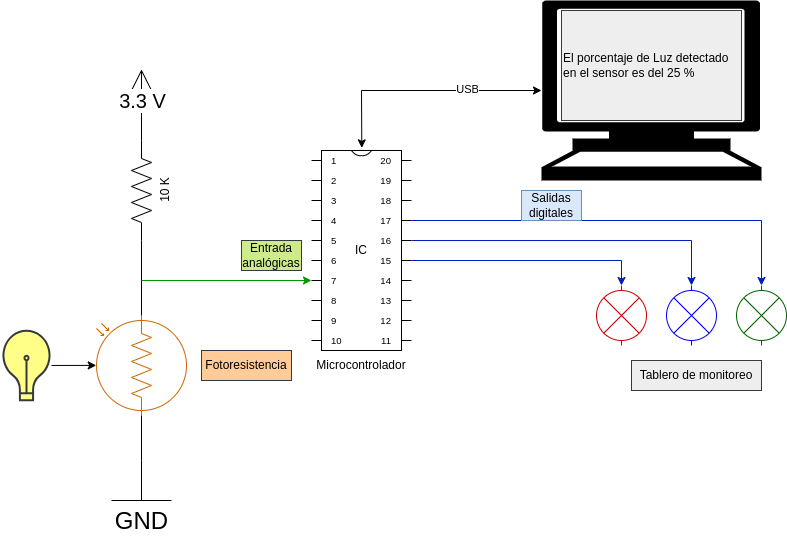
Earlier version of the draw.io export desing/t4-adc/adc-esquema.drawio.png (johnnycubides/taller-ing-electronical-UNAL). Source tidied: cells renumbered, new cells last; positions are measured from the earlier drawing's top-left corner, leaving out a move shared by most shapes.
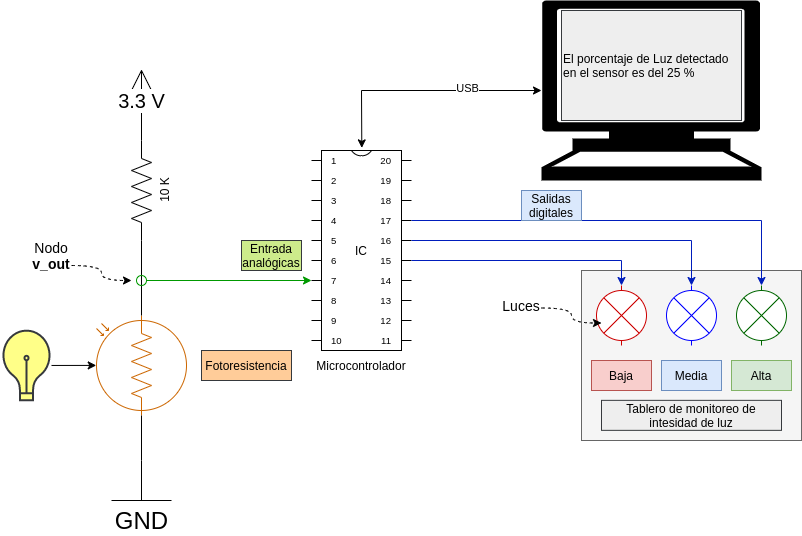
The same file after the commit.

Change to the diagram source:
```diff
@@ -2,6 +2,9 @@
   <root>
     <mxCell id="0" />
     <mxCell id="1" parent="0" />
+    <mxCell id="30" style="rounded=0;whiteSpace=wrap;html=1;fontSize=14;fillColor=#f5f5f5;strokeColor=#666666;fontColor=#333333;" parent="1" vertex="1">
+      <mxGeometry x="580" y="270" width="220" height="170" as="geometry" />
+    </mxCell>
     <mxCell id="2" style="verticalLabelPosition=bottom;shadow=0;dashed=0;align=center;html=1;verticalAlign=top;shape=mxgraph.electrical.opto_electronics.photo_resistor_3;rotation=-90;strokeColor=#CC6600;" parent="1" vertex="1">
       <mxGeometry x="90" y="320" width="100" height="90" as="geometry" />
     </mxCell>
@@ -23,7 +26,7 @@
     <mxCell id="8" style="endArrow=none;html=1;rounded=0;entryX=0;entryY=0.5;entryDx=0;entryDy=0;entryPerimeter=0;exitX=0.5;exitY=1;exitDx=0;exitDy=0;exitPerimeter=0;" parent="1" edge="1" source="6" target="2">
       <mxGeometry relative="1" as="geometry" />
     </mxCell>
-    <mxCell id="9" style="endArrow=classic;html=1;rounded=0;entryX=0;entryY=0;entryDx=0;entryDy=130;entryPerimeter=0;fillColor=#cdeb8b;strokeColor=#009900;" parent="1" edge="1" target="4">
+    <mxCell id="9" style="endArrow=classic;html=1;rounded=0;entryX=0;entryY=0;entryDx=0;entryDy=130;entryPerimeter=0;fillColor=#cdeb8b;strokeColor=#009900;startArrow=oval;startFill=0;targetPerimeterSpacing=6;sourcePerimeterSpacing=6;startSize=10;" parent="1" edge="1" target="4">
       <mxGeometry relative="1" as="geometry">
         <mxPoint x="140" y="280" as="sourcePoint" />
       </mxGeometry>
@@ -86,8 +89,8 @@
     <mxCell id="24" value="Fotoresistencia" style="text;html=1;strokeColor=#36393d;fillColor=#ffcc99;align=center;verticalAlign=middle;whiteSpace=wrap;rounded=0;" parent="1" vertex="1">
       <mxGeometry x="200" y="350" width="90" height="30" as="geometry" />
     </mxCell>
-    <mxCell id="25" value="Tablero de monitoreo" style="text;html=1;strokeColor=#36393d;fillColor=#eeeeee;align=center;verticalAlign=middle;whiteSpace=wrap;rounded=0;" parent="1" vertex="1">
-      <mxGeometry x="630" y="360" width="130" height="30" as="geometry" />
+    <mxCell id="25" value="Tablero de monitoreo de intesidad de luz" style="text;html=1;strokeColor=#36393d;fillColor=#eeeeee;align=center;verticalAlign=middle;whiteSpace=wrap;rounded=0;" parent="1" vertex="1">
+      <mxGeometry x="600" y="399.9" width="180" height="30" as="geometry" />
     </mxCell>
     <mxCell id="26" value="Entrada analógicas" style="text;html=1;strokeColor=#36393d;fillColor=#cdeb8b;align=center;verticalAlign=middle;whiteSpace=wrap;rounded=0;" parent="1" vertex="1">
       <mxGeometry x="240" y="240" width="60" height="30" as="geometry" />
@@ -101,5 +104,40 @@
     <mxCell id="29" value="Microcontrolador" style="text;html=1;strokeColor=none;fillColor=none;align=center;verticalAlign=middle;whiteSpace=wrap;rounded=0;" parent="1" vertex="1">
       <mxGeometry x="310" y="350" width="100" height="30" as="geometry" />
     </mxCell>
+    <mxCell id="31" value="&lt;span style=&quot;font-weight: normal&quot;&gt;Nodo&lt;/span&gt;&lt;br&gt;v_out" style="text;html=1;strokeColor=none;fillColor=none;align=center;verticalAlign=middle;whiteSpace=wrap;rounded=0;fontStyle=1;fontSize=14;" parent="1" vertex="1">
+      <mxGeometry x="20" y="240" width="60" height="30" as="geometry" />
+    </mxCell>
+    <mxCell id="32" style="curved=1;endArrow=classic;html=1;rounded=0;fontSize=14;edgeStyle=orthogonalEdgeStyle;dashed=1;" parent="1" edge="1">
+      <mxGeometry relative="1" as="geometry">
+        <mxPoint x="70" y="265" as="sourcePoint" />
+        <mxPoint x="130" y="280" as="targetPoint" />
+        <Array as="points">
+          <mxPoint x="100" y="265" />
+          <mxPoint x="100" y="280" />
+        </Array>
+      </mxGeometry>
+    </mxCell>
+    <mxCell id="33" value="Baja" style="text;html=1;strokeColor=#b85450;fillColor=#f8cecc;align=center;verticalAlign=middle;whiteSpace=wrap;rounded=0;" parent="1" vertex="1">
+      <mxGeometry x="590" y="360" width="60" height="30" as="geometry" />
+    </mxCell>
+    <mxCell id="34" value="Media" style="text;html=1;strokeColor=#6c8ebf;fillColor=#dae8fc;align=center;verticalAlign=middle;whiteSpace=wrap;rounded=0;" parent="1" vertex="1">
+      <mxGeometry x="660" y="360" width="60" height="30" as="geometry" />
+    </mxCell>
+    <mxCell id="35" value="Alta" style="text;html=1;strokeColor=#82b366;fillColor=#d5e8d4;align=center;verticalAlign=middle;whiteSpace=wrap;rounded=0;" parent="1" vertex="1">
+      <mxGeometry x="730" y="360" width="60" height="30" as="geometry" />
+    </mxCell>
+    <mxCell id="36" value="Luces" style="text;html=1;strokeColor=none;fillColor=none;align=center;verticalAlign=middle;whiteSpace=wrap;rounded=0;fontSize=14;" parent="1" vertex="1">
+      <mxGeometry x="490" y="290" width="60" height="30" as="geometry" />
+    </mxCell>
+    <mxCell id="37" style="curved=1;endArrow=classic;html=1;rounded=0;fontSize=14;edgeStyle=orthogonalEdgeStyle;dashed=1;" parent="1" edge="1">
+      <mxGeometry relative="1" as="geometry">
+        <mxPoint x="540" y="307.5" as="sourcePoint" />
+        <mxPoint x="600" y="322.5" as="targetPoint" />
+        <Array as="points">
+          <mxPoint x="570" y="307.5" />
+          <mxPoint x="570" y="322.5" />
+        </Array>
+      </mxGeometry>
+    </mxCell>
   </root>
 </mxGraphModel>
```
